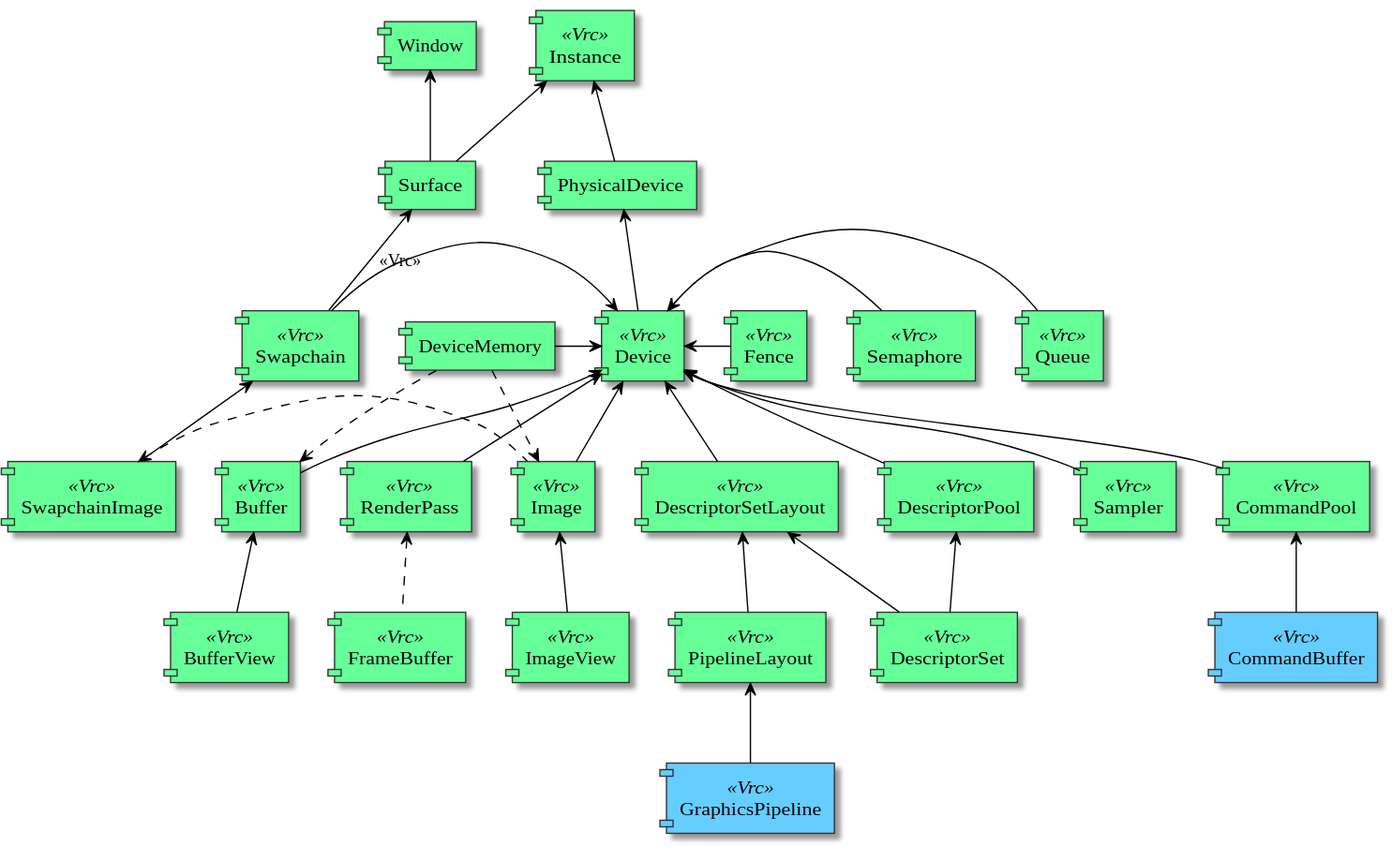
The PlantUML diagram assets/diagrams/object_dependency_graph.svg in vulkayes/vulkayes-thesis, before a commit. The source it was exported from:
```plantuml
@startuml object_dependency_graph

skinparam {
	defaultFontName Fira Sans

	ArrowColor #black
	ComponentBorderColor #333
	ComponentBorderThickness 1
}


component [Instance] <<Vrc>> #66FF98
component [Window] #66FF98

component [PhysicalDevice] #66FF98
component [Surface] #66FF98

component [Device] <<Vrc>> #66FF98

component [Queue] <<Vrc>> #66FF98
component [Swapchain] <<Vrc>> #66FF98
component [SwapchainImage] <<Vrc>> #66FF98

component [DeviceMemory] #66FF98

component [Image] <<Vrc>> #66FF98
component [Buffer] <<Vrc>> #66FF98
component [Sampler] <<Vrc>> #66FF98

component [ImageView] <<Vrc>> #66FF98
component [BufferView] <<Vrc>> #66FF98

component [CommandPool] <<Vrc>> #66FF98
component [CommandBuffer] <<Vrc>> #66CDFF

component [RenderPass] <<Vrc>> #66FF98
component [FrameBuffer] <<Vrc>> #66FF98
component [GraphicsPipeline] <<Vrc>> #66CDFF

component [DescriptorSetLayout] <<Vrc>> #66FF98
component [PipelineLayout] <<Vrc>> #66FF98

component [DescriptorPool] <<Vrc>> #66FF98
component [DescriptorSet] <<Vrc>> #66FF98

component [Semaphore] <<Vrc>> #66FF98
component [Fence] <<Vrc>> #66FF98

[Instance] <-- [PhysicalDevice]
[Instance] <-- [Surface]

[Window] <-- [Surface]
[PhysicalDevice] <-- [Device]
[Surface] <-- [Swapchain] : <<Vrc>>

[Device] <- [Queue]
[Swapchain] -> [Device]
[DeviceMemory] -> [Device]
[Device] <-- [Image]
[Device] <-- [Buffer]
[Device] <-- [Sampler]
[Device] <-- [CommandPool]
[Device] <-- [RenderPass]
[Device] <-- [DescriptorSetLayout]
[Device] <-- [DescriptorPool]
[Device] <- [Semaphore]
[Device] <- [Fence]

[Swapchain] <-- [SwapchainImage]

[DeviceMemory] ..> [Image]
[DeviceMemory] ..> [Buffer]

[SwapchainImage] <. [Image]
[Image] <-- [ImageView]
[Buffer] <-- [BufferView]

[CommandPool] <-- [CommandBuffer]

[RenderPass] <.. [FrameBuffer]
[DescriptorSetLayout] <-- [DescriptorSet]
[DescriptorSetLayout] <-- [PipelineLayout]
[PipelineLayout] <-- [GraphicsPipeline]
[DescriptorPool] <-- [DescriptorSet]

@enduml
```
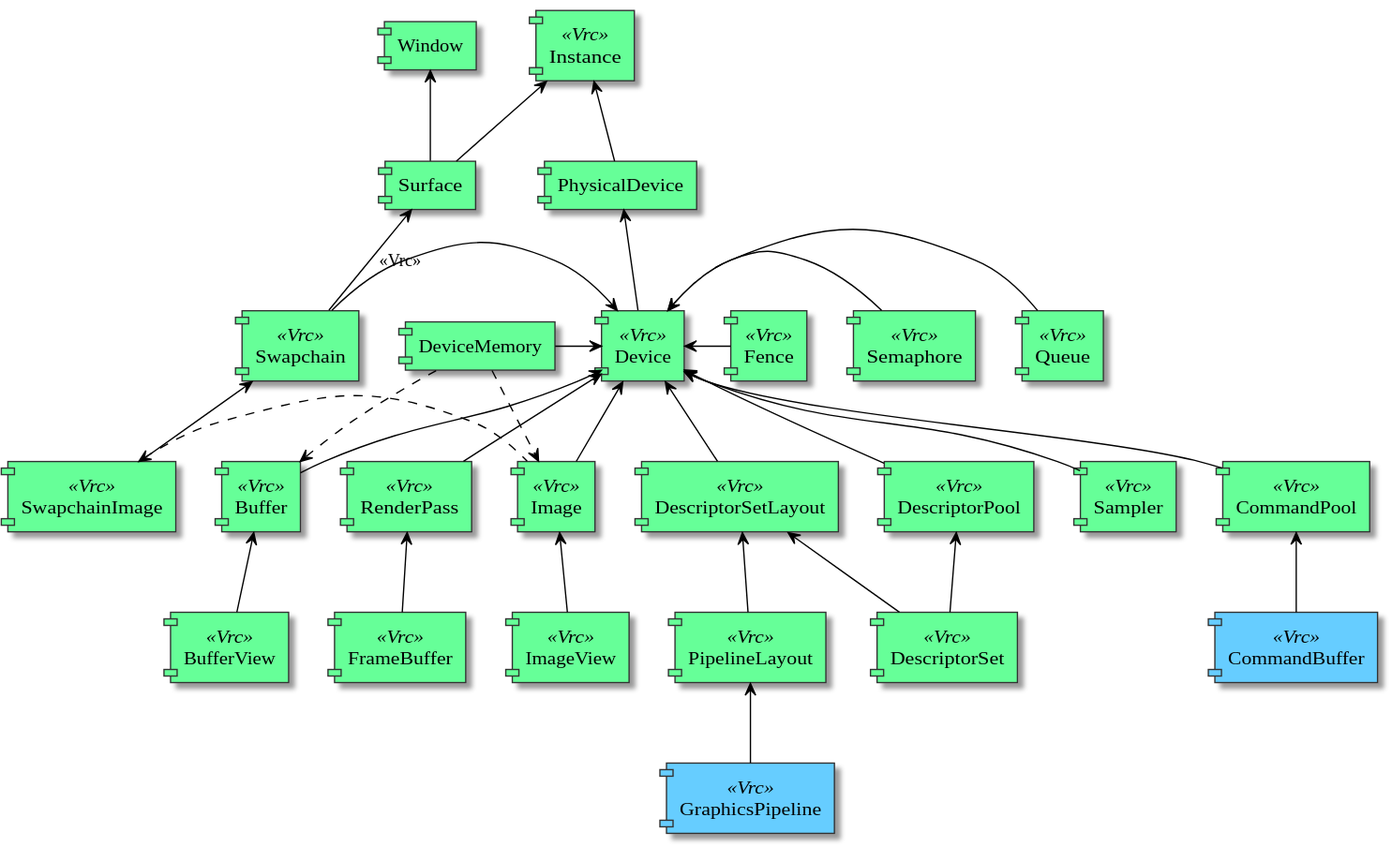
After the commit.

Diff of the diagram source:
```diff
@@ -77,7 +77,7 @@
 
 [CommandPool] <-- [CommandBuffer]
 
-[RenderPass] <.. [FrameBuffer]
+[RenderPass] <-- [FrameBuffer]
 [DescriptorSetLayout] <-- [DescriptorSet]
 [DescriptorSetLayout] <-- [PipelineLayout]
 [PipelineLayout] <-- [GraphicsPipeline]
```
